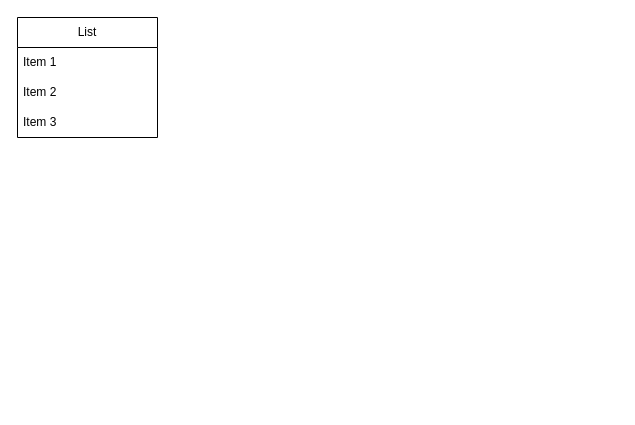
The draw.io diagram DiagramaCreches.drawio in llucassilva/DiagramaCreches, before the edit. Source tidied: cells renumbered, new cells numbered last; positions are measured from the earlier drawing's top-left corner, leaving out a move shared by most shapes. Both pictures are drawn from the tidied source at 100%, with x=0, y=0 at pixel (17, 17).
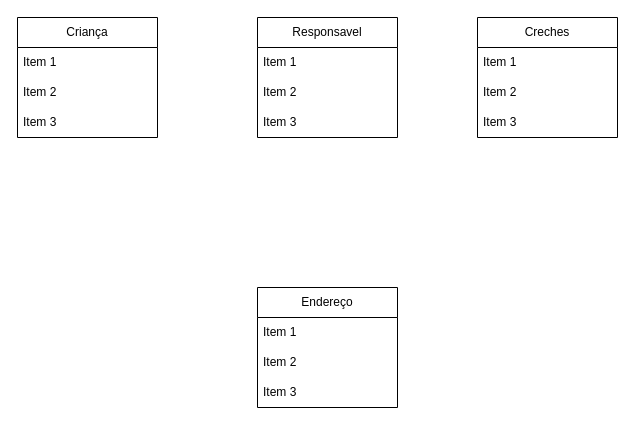
The same page after the edit.

What changed in the source:
```diff
@@
 <mxGraphModel>
   <root>
     <mxCell id="0" />
     <mxCell id="1" parent="0" />
-    <mxCell id="2" value="List" style="swimlane;fontStyle=0;horizontal=1;startSize=30;whiteSpace=wrap;html=1;" parent="1" vertex="1">
+    <mxCell id="2" value="Criança" style="swimlane;fontStyle=0;horizontal=1;startSize=30;whiteSpace=wrap;html=1;" parent="1" vertex="1">
       <mxGeometry width="140" height="120" as="geometry" />
     </mxCell>
     <mxCell id="3" value="Item 1" style="text;strokeColor=none;fillColor=none;align=left;verticalAlign=middle;spacingLeft=4;spacingRight=4;overflow=hidden;whiteSpace=wrap;html=1;" parent="2" vertex="1">
       <mxGeometry y="30" width="140" height="30" as="geometry" />
     </mxCell>
     <mxCell id="4" value="Item 2" style="text;strokeColor=none;fillColor=none;align=left;verticalAlign=middle;spacingLeft=4;spacingRight=4;overflow=hidden;whiteSpace=wrap;html=1;" parent="2" vertex="1">
       <mxGeometry y="60" width="140" height="30" as="geometry" />
     </mxCell>
     <mxCell id="5" value="Item 3" style="text;strokeColor=none;fillColor=none;align=left;verticalAlign=middle;spacingLeft=4;spacingRight=4;overflow=hidden;whiteSpace=wrap;html=1;" parent="2" vertex="1">
       <mxGeometry y="90" width="140" height="30" as="geometry" />
     </mxCell>
+    <mxCell id="6" value="Responsavel" style="swimlane;fontStyle=0;horizontal=1;startSize=30;whiteSpace=wrap;html=1;" parent="1" vertex="1">
+      <mxGeometry x="240" width="140" height="120" as="geometry" />
+    </mxCell>
+    <mxCell id="7" value="Item 1" style="text;strokeColor=none;fillColor=none;align=left;verticalAlign=middle;spacingLeft=4;spacingRight=4;overflow=hidden;whiteSpace=wrap;html=1;" parent="6" vertex="1">
+      <mxGeometry y="30" width="140" height="30" as="geometry" />
+    </mxCell>
+    <mxCell id="8" value="Item 2" style="text;strokeColor=none;fillColor=none;align=left;verticalAlign=middle;spacingLeft=4;spacingRight=4;overflow=hidden;whiteSpace=wrap;html=1;" parent="6" vertex="1">
+      <mxGeometry y="60" width="140" height="30" as="geometry" />
+    </mxCell>
+    <mxCell id="9" value="Item 3" style="text;strokeColor=none;fillColor=none;align=left;verticalAlign=middle;spacingLeft=4;spacingRight=4;overflow=hidden;whiteSpace=wrap;html=1;" parent="6" vertex="1">
+      <mxGeometry y="90" width="140" height="30" as="geometry" />
+    </mxCell>
+    <mxCell id="10" value="Creches" style="swimlane;fontStyle=0;horizontal=1;startSize=30;whiteSpace=wrap;html=1;" parent="1" vertex="1">
+      <mxGeometry x="460" width="140" height="120" as="geometry" />
+    </mxCell>
+    <mxCell id="11" value="Item 1" style="text;strokeColor=none;fillColor=none;align=left;verticalAlign=middle;spacingLeft=4;spacingRight=4;overflow=hidden;whiteSpace=wrap;html=1;" parent="10" vertex="1">
+      <mxGeometry y="30" width="140" height="30" as="geometry" />
+    </mxCell>
+    <mxCell id="12" value="Item 2" style="text;strokeColor=none;fillColor=none;align=left;verticalAlign=middle;spacingLeft=4;spacingRight=4;overflow=hidden;whiteSpace=wrap;html=1;" parent="10" vertex="1">
+      <mxGeometry y="60" width="140" height="30" as="geometry" />
+    </mxCell>
+    <mxCell id="13" value="Item 3" style="text;strokeColor=none;fillColor=none;align=left;verticalAlign=middle;spacingLeft=4;spacingRight=4;overflow=hidden;whiteSpace=wrap;html=1;" parent="10" vertex="1">
+      <mxGeometry y="90" width="140" height="30" as="geometry" />
+    </mxCell>
+    <mxCell id="14" value="Endereço" style="swimlane;fontStyle=0;horizontal=1;startSize=30;whiteSpace=wrap;html=1;" parent="1" vertex="1">
+      <mxGeometry x="240" y="270" width="140" height="120" as="geometry" />
+    </mxCell>
+    <mxCell id="15" value="Item 1" style="text;strokeColor=none;fillColor=none;align=left;verticalAlign=middle;spacingLeft=4;spacingRight=4;overflow=hidden;whiteSpace=wrap;html=1;" parent="14" vertex="1">
+      <mxGeometry y="30" width="140" height="30" as="geometry" />
+    </mxCell>
+    <mxCell id="16" value="Item 2" style="text;strokeColor=none;fillColor=none;align=left;verticalAlign=middle;spacingLeft=4;spacingRight=4;overflow=hidden;whiteSpace=wrap;html=1;" parent="14" vertex="1">
+      <mxGeometry y="60" width="140" height="30" as="geometry" />
+    </mxCell>
+    <mxCell id="17" value="Item 3" style="text;strokeColor=none;fillColor=none;align=left;verticalAlign=middle;spacingLeft=4;spacingRight=4;overflow=hidden;whiteSpace=wrap;html=1;" parent="14" vertex="1">
+      <mxGeometry y="90" width="140" height="30" as="geometry" />
+    </mxCell>
   </root>
 </mxGraphModel>
```
